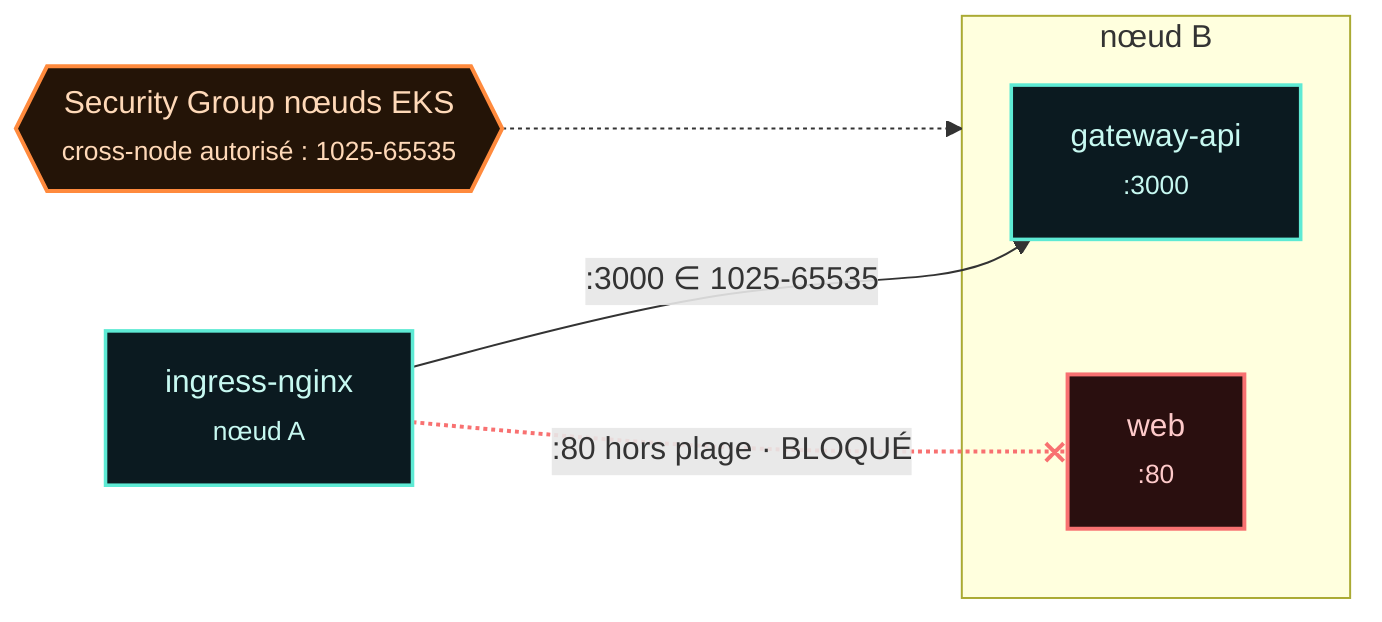
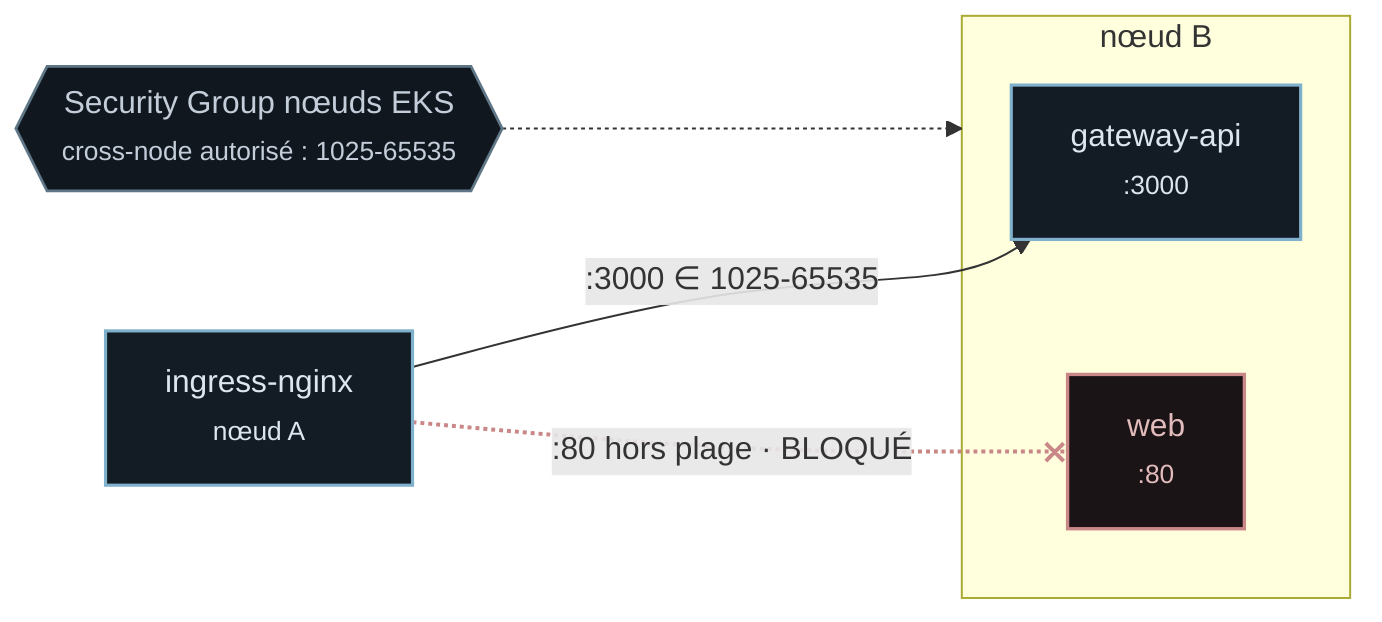
flowchart LR
  ING[ingress-nginx<br/><small>nœud A</small>]:::svc

  subgraph N[" nœud B "]
    GW[gateway-api<br/><small>:3000</small>]:::svc
    WEB[web<br/><small>:80</small>]:::web
  end

  ING -->|":3000 ∈ 1025-65535"| GW
  ING -. ":80 hors plage · BLOQUÉ" .-x WEB

  SG{{Security Group nœuds EKS<br/><small>cross-node autorisé : 1025-65535</small>}}:::ember

  SG -.-> N

-   classDef svc fill:#0b1a20,stroke:#5eead4,stroke-width:1.8px,color:#c7f9f1;
-   classDef web fill:#2a0f0f,stroke:#f87171,stroke-width:2px,color:#fecaca;
-   classDef ember fill:#241407,stroke:#ff8a3d,stroke-width:2px,color:#ffd9b8;
-   linkStyle 1 stroke:#f87171,stroke-width:2px;
+   classDef svc fill:#131b25,stroke:#7fb0cc,stroke-width:1.6px,color:#dbe6ef;
+   classDef web fill:#1b1416,stroke:#c98787,stroke-width:1.7px,color:#e2bcbc;
+   classDef ember fill:#11171f,stroke:#5f7686,stroke-width:1.4px,color:#c4ceda;
+   linkStyle 1 stroke:#c98787,stroke-width:2px;
